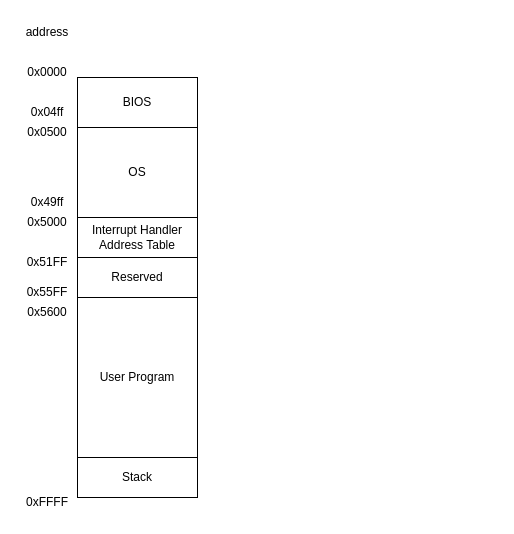
Above: doc/Memory_map.drawio in terapotan/NC16 (draw.io), before the change. Source tidied: cells renumbered, new cells numbered last; positions are measured from the earlier drawing's top-left corner, leaving out a move shared by most shapes. Both pictures are drawn from the tidied source at 100%, with x=0, y=0 at pixel (17, 17).
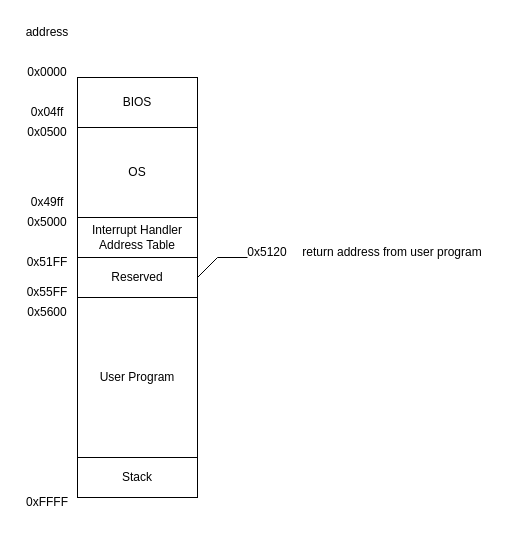
Above is the later version.

Unchanged cells that the change refers to:
```xml
<mxCell id="12" value="Reserved" style="rounded=0;whiteSpace=wrap;html=1;fontFamily=Source Han Sans VF;" parent="1" vertex="1">
  <mxGeometry x="60" y="240" width="120" height="40" as="geometry" />
</mxCell>
```

The edit, as a diff of the source:
```diff
@@
+    <mxCell id="18" style="endArrow=none;html=1;rounded=0;exitX=1;exitY=0.5;exitDx=0;exitDy=0;" parent="1" edge="1" source="12">
+      <mxGeometry relative="1" as="geometry">
+        <mxPoint x="200" y="240" as="targetPoint" />
+      </mxGeometry>
+    </mxCell>
+    <mxCell id="19" style="endArrow=none;html=1;rounded=0;" parent="1" edge="1">
+      <mxGeometry relative="1" as="geometry">
+        <mxPoint x="200" y="240" as="sourcePoint" />
+        <mxPoint x="230" y="240" as="targetPoint" />
+      </mxGeometry>
+    </mxCell>
+    <mxCell id="20" value="0x5120" style="text;html=1;whiteSpace=wrap;strokeColor=none;fillColor=none;align=center;verticalAlign=middle;rounded=0;fontFamily=Source Han Sans VF;" parent="1" vertex="1">
+      <mxGeometry x="220" y="220" width="60" height="30" as="geometry" />
+    </mxCell>
+    <mxCell id="21" value="return address from user program" style="text;html=1;whiteSpace=wrap;strokeColor=none;fillColor=none;align=center;verticalAlign=middle;rounded=0;fontFamily=Source Han Sans VF;" parent="1" vertex="1">
+      <mxGeometry x="270" y="220" width="210" height="30" as="geometry" />
+    </mxCell>
```
